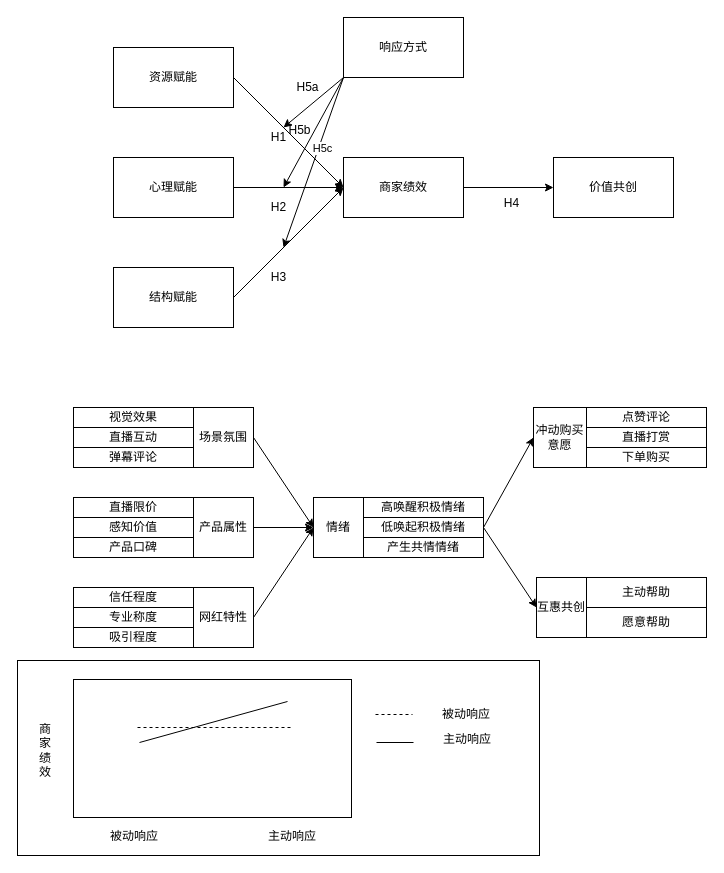
Above: Desktop/STUDY/design-strategy.drawio in YyUuZzHhEe/yuzhe (draw.io), before the change. Source tidied: cells renumbered, new cells numbered last; positions are measured from the earlier drawing's top-left corner, leaving out a move shared by most shapes. Both pictures are drawn from the tidied source at 100%, with x=0, y=0 at pixel (17, 17).
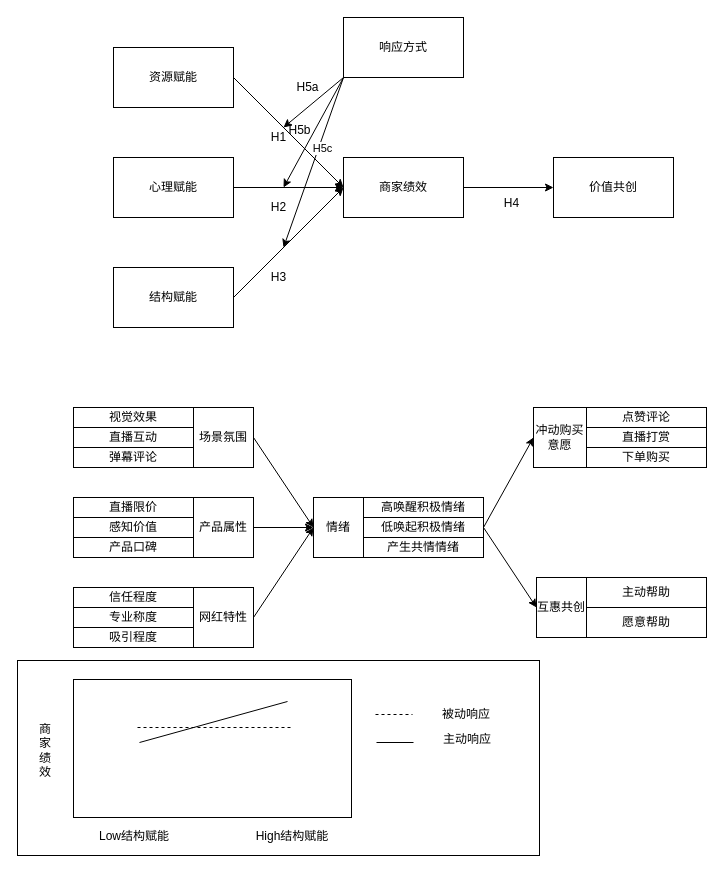
The same diagram, later.

Change to the diagram source:
```diff
@@
-    <mxCell id="52" value="被动响应" style="rounded=0;whiteSpace=wrap;html=1;strokeColor=none;" parent="1" vertex="1">
+    <mxCell id="52" value="Low结构赋能" style="rounded=0;whiteSpace=wrap;html=1;strokeColor=none;" parent="1" vertex="1">
       <mxGeometry x="49" y="808" width="136" height="22" as="geometry" />
     </mxCell>
-    <mxCell id="53" value="主动响应" style="rounded=0;whiteSpace=wrap;html=1;strokeColor=none;" parent="1" vertex="1">
+    <mxCell id="53" value="High结构赋能" style="rounded=0;whiteSpace=wrap;html=1;strokeColor=none;" parent="1" vertex="1">
       <mxGeometry x="207" y="808" width="136" height="22" as="geometry" />
     </mxCell>
```
